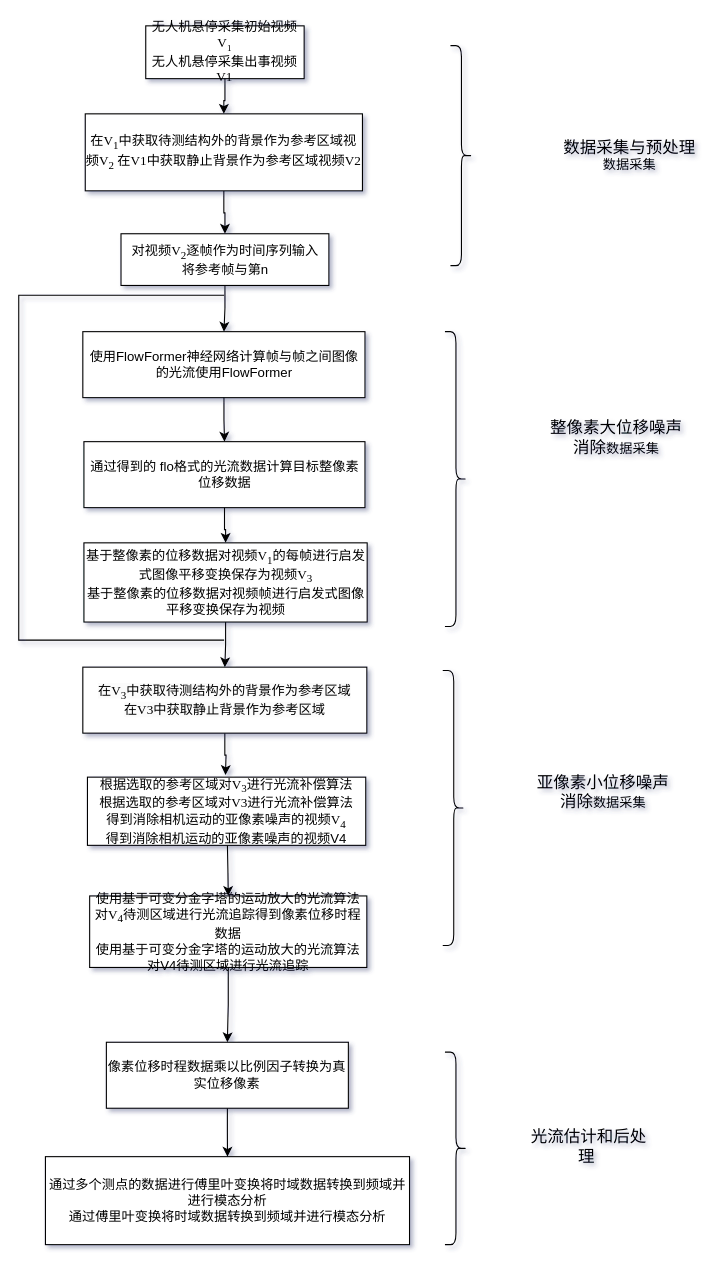
This is page "Page-1" (1 of 3) of 专利流程图.drawio from ZWJ5656588/uml, a draw.io file, before an edit. Source tidied: cells renumbered, new cells numbered last; positions are measured from the earlier drawing's top-left corner, leaving out a move shared by most shapes. Both pictures are drawn from the tidied source at 110%, with x=0, y=0 at pixel (-52, 25).
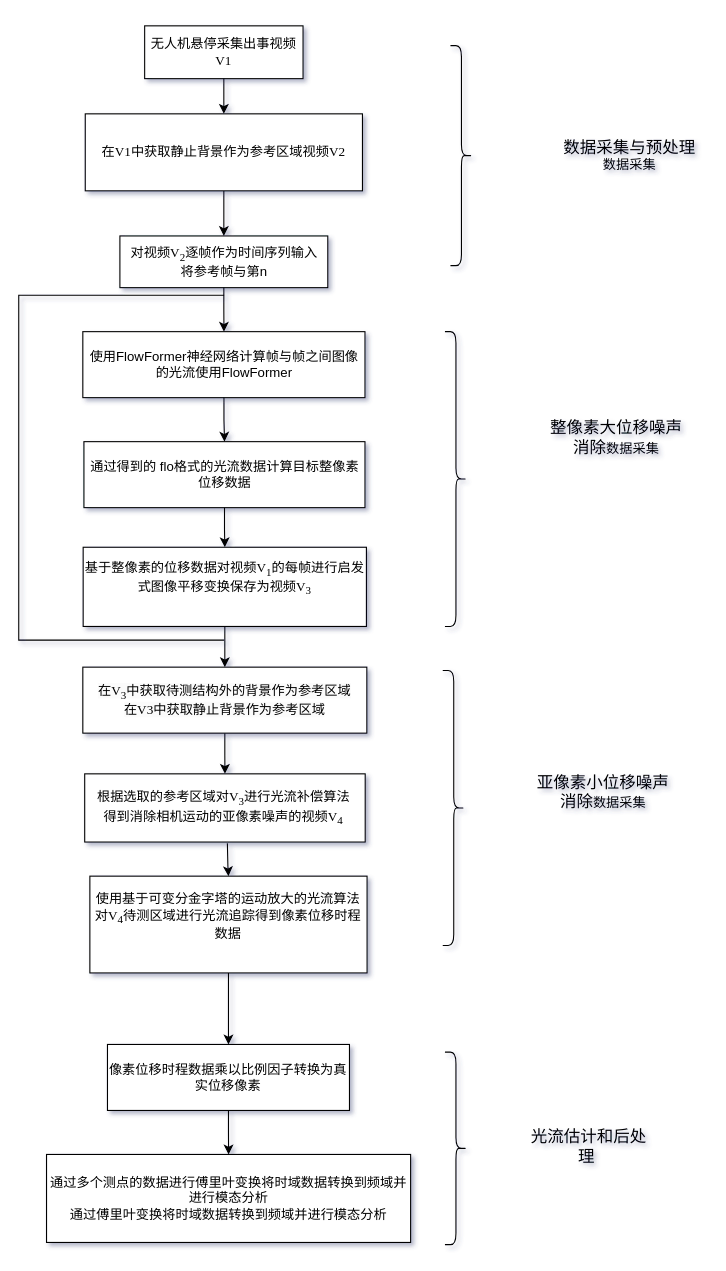
The same diagram, later.

Commit message:
Update 专利流程图.drawio

The change refers to these unchanged cells:
```xml
<mxCell id="17" value="&lt;br&gt;&lt;span style=&quot;color: rgb(0, 0, 0); font-family: &amp;quot;Times New Roman&amp;quot;; font-size: 12px; font-style: normal; font-variant-ligatures: normal; font-variant-caps: normal; font-weight: 400; letter-spacing: normal; orphans: 2; text-align: center; text-indent: 0px; text-transform: none; widows: 2; word-spacing: 0px; -webkit-text-stroke-width: 0px; white-space: normal; background-color: rgb(251, 251, 251); text-decoration-thickness: initial; text-decoration-style: initial; text-decoration-color: initial; display: inline !important; float: none;&quot;&gt;在V&lt;sub&gt;3&lt;/sub&gt;中获取待测结构外的背景作为参考区域&lt;font class=&quot;__Cici__translate__ __Cici_translate_similar_text_content__&quot;&gt;&lt;font style=&quot;display: none;&quot; class=&quot;__Cici_translate_origin_node__&quot;&gt;在V&lt;sub&gt;3&lt;/sub&gt;中获取静止背景作为参考区域&lt;/font&gt;&lt;font style=&quot;display: inline-block;&quot; class=&quot;__Cici_translate_translated_inject_node__&quot;&gt;&lt;span&gt;在V3中获取静止背景作为参考区域&lt;/span&gt;&lt;/font&gt;&lt;/font&gt;&lt;/span&gt;&lt;div&gt;&lt;br&gt;&lt;/div&gt;" style="rounded=0;whiteSpace=wrap;html=1;" parent="1" vertex="1">
  <mxGeometry x="121.8" y="583" width="258.2" height="60" as="geometry" />
</mxCell>
```

The edit, as a diff of the source:
```diff
@@
     <mxCell id="2" value="通过多个测点的数据进行傅里叶变换将时域数据转换到频域并进行模态分析&lt;font class=&quot;__Cici__translate__ __Cici_translate_similar_text_content__&quot;&gt;&lt;font style=&quot;display: none;&quot; class=&quot;__Cici_translate_origin_node__&quot;&gt;通过傅里叶变换将时域数据转换到频域并进行模态分析&lt;/font&gt;&lt;font style=&quot;display: block;&quot; class=&quot;__Cici_translate_translated_inject_node__ __Cici_translate_need_wrapper__&quot;&gt;&lt;span&gt;通过傅里叶变换将时域数据转换到频域并进行模态分析&lt;/span&gt;&lt;/font&gt;&lt;/font&gt;" style="rounded=0;whiteSpace=wrap;html=1;" parent="1" vertex="1">
-      <mxGeometry x="87.8" y="1028" width="331" height="80" as="geometry" />
+      <mxGeometry x="88.8" y="1026" width="331" height="80" as="geometry" />
     </mxCell>
@@
-    <mxCell id="4" value="&lt;font face=&quot;Times New Roman&quot;&gt;无人机悬停采集初始视频V&lt;span style=&quot;font-size: 10px;&quot;&gt;&lt;sub&gt;1&lt;/sub&gt;&lt;/span&gt;&lt;font class=&quot;__Cici__translate__ __Cici_translate_similar_text_content__&quot;&gt;&lt;font style=&quot;display: none;&quot; class=&quot;__Cici_translate_origin_node__&quot;&gt;无人机悬停采集出事视频V&lt;span style=&quot;font-size: 10px;&quot;&gt;&lt;sub&gt;1&lt;/sub&gt;&lt;/span&gt;&lt;/font&gt; &lt;font style=&quot;display: inline-block;&quot; class=&quot;__Cici_translate_translated_inject_node__&quot;&gt;&lt;span&gt;无人机悬停采集出事视频V1&lt;/span&gt;&lt;/font&gt;&lt;/font&gt;&lt;/font&gt;" style="rounded=0;whiteSpace=wrap;html=1;" parent="1" vertex="1">
-      <mxGeometry x="179" width="144" height="48" as="geometry" />
+    <mxCell id="4" value="&lt;font face=&quot;Times New Roman&quot;&gt;&lt;font class=&quot;__Cici__translate__ __Cici_translate_similar_text_content__&quot;&gt;&lt;font style=&quot;display: inline-block;&quot; class=&quot;__Cici_translate_translated_inject_node__&quot;&gt;&lt;span&gt;无人机悬停采集出事视频V1&lt;/span&gt;&lt;/font&gt;&lt;/font&gt;&lt;/font&gt;" style="rounded=0;whiteSpace=wrap;html=1;" parent="1" vertex="1">
+      <mxGeometry x="178" width="144" height="48" as="geometry" />
     </mxCell>
@@
-    <mxCell id="6" value="&lt;font face=&quot;Times New Roman&quot;&gt;在V&lt;sub&gt;1&lt;/sub&gt;中获取待测结构外的背景作为参考区域视频V&lt;sub&gt;2&lt;/sub&gt;&lt;font class=&quot;__Cici__translate__ __Cici_translate_similar_text_content__&quot;&gt;&lt;font style=&quot;display: none;&quot; class=&quot;__Cici_translate_origin_node__&quot;&gt;在V&lt;sub&gt;1&lt;/sub&gt;中获取静止背景作为参考区域视频V&lt;sub&gt;2&lt;/sub&gt;&lt;/font&gt; &lt;font style=&quot;display: inline-block;&quot; class=&quot;__Cici_translate_translated_inject_node__&quot;&gt;&lt;span&gt;在V1中获取静止背景作为参考区域视频V2&lt;/span&gt;&lt;/font&gt;&lt;/font&gt;&lt;/font&gt;" style="rounded=0;whiteSpace=wrap;html=1;" parent="1" vertex="1">
+    <mxCell id="6" value="&lt;font face=&quot;Times New Roman&quot;&gt;&lt;font class=&quot;__Cici__translate__ __Cici_translate_similar_text_content__&quot;&gt;&lt;font style=&quot;display: inline-block;&quot; class=&quot;__Cici_translate_translated_inject_node__&quot;&gt;&lt;span&gt;在V1中获取静止背景作为参考区域视频V2&lt;/span&gt;&lt;/font&gt;&lt;/font&gt;&lt;/font&gt;" style="rounded=0;whiteSpace=wrap;html=1;" parent="1" vertex="1">
       <mxGeometry x="124" y="80" width="252" height="70" as="geometry" />
     </mxCell>
@@
     <mxCell id="8" value="&lt;font face=&quot;Times New Roman&quot;&gt;对视频V&lt;sub&gt;2&lt;/sub&gt;逐帧作为时间序列输入&lt;/font&gt;&lt;font class=&quot;__Cici__translate__ __Cici_translate_similar_text_content__&quot;&gt;&lt;font style=&quot;display: none;&quot; class=&quot;__Cici_translate_origin_node__&quot;&gt;将参考帧与第n&lt;/font&gt;&lt;font style=&quot;display: inline-block;&quot; class=&quot;__Cici_translate_translated_inject_node__&quot;&gt;&lt;span&gt;将参考帧与第n&lt;/span&gt;&lt;/font&gt;&lt;/font&gt;" style="rounded=0;whiteSpace=wrap;html=1;" parent="1" vertex="1">
-      <mxGeometry x="156.5" y="189" width="189" height="47" as="geometry" />
+      <mxGeometry x="155.5" y="191" width="189" height="47" as="geometry" />
     </mxCell>
@@
-    <mxCell id="14" value="&lt;font face=&quot;Times New Roman&quot;&gt;基于整像素的位移数据对视频V&lt;sub&gt;1&lt;/sub&gt;的每帧进行启发式图像平移变换保存为视频V&lt;sub&gt;3&lt;/sub&gt;&lt;/font&gt;&lt;font class=&quot;__Cici__translate__ __Cici_translate_similar_text_content__&quot;&gt;&lt;font style=&quot;display: none;&quot; class=&quot;__Cici_translate_origin_node__&quot;&gt;基于整像素的位移数据对视频帧进行启发式图像平移变换保存为视频&lt;/font&gt;&lt;font style=&quot;display: block;&quot; class=&quot;__Cici_translate_translated_inject_node__ __Cici_translate_need_wrapper__&quot;&gt;&lt;span&gt;基于整像素的位移数据对视频帧进行启发式图像平移变换保存为视频&lt;/span&gt;&lt;/font&gt;&lt;/font&gt;" style="rounded=0;whiteSpace=wrap;html=1;" parent="1" vertex="1">
-      <mxGeometry x="122.8" y="470" width="257.5" height="72" as="geometry" />
+    <mxCell id="14" value="&lt;font face=&quot;Times New Roman&quot;&gt;基于整像素的位移数据对视频V&lt;sub&gt;1&lt;/sub&gt;的每帧进行启发式图像平移变换保存为视频V&lt;sub&gt;3&lt;/sub&gt;&lt;/font&gt;&lt;font class=&quot;__Cici__translate__ __Cici_translate_similar_text_content__&quot;&gt;&lt;font style=&quot;display: none;&quot; class=&quot;__Cici_translate_origin_node__&quot;&gt;基于整像素的位移数据对视频帧进行启发式图像平移变换保存为视频&lt;/font&gt;&lt;font style=&quot;display: block;&quot; class=&quot;__Cici_translate_translated_inject_node__ __Cici_translate_need_wrapper__&quot;&gt;&lt;br&gt;&lt;/font&gt;&lt;/font&gt;" style="rounded=0;whiteSpace=wrap;html=1;" parent="1" vertex="1">
+      <mxGeometry x="122.1" y="474" width="257.5" height="72" as="geometry" />
     </mxCell>
@@
-    <mxCell id="16" style="edgeStyle=orthogonalEdgeStyle;rounded=0;jettySize=auto;html=1;" parent="1" edge="1" source="17">
-      <mxGeometry relative="1" as="geometry">
-        <mxPoint x="251.5" y="681" as="targetPoint" />
-      </mxGeometry>
-    </mxCell>
+    <mxCell id="32" style="edgeStyle=orthogonalEdgeStyle;rounded=0;jettySize=auto;html=1;" parent="1" edge="1" source="17" target="31">
+      <mxGeometry relative="1" as="geometry" />
+    </mxCell>
@@
-    <mxCell id="19" value="&lt;font face=&quot;Times New Roman&quot;&gt;使用基于&lt;font style=&quot;background-color: initial;&quot;&gt;可变分金字塔的运动放大的光流算法对V&lt;sub&gt;4&lt;/sub&gt;待测区域进行光流追&lt;/font&gt;&lt;/font&gt;&lt;span style=&quot;background-color: initial;&quot;&gt;&lt;font face=&quot;rweN1SNauHQMGd4krrAq&quot;&gt;踪得到像素位移时程数&lt;/font&gt;据&lt;/span&gt;&lt;font class=&quot;__Cici__translate__ __Cici_translate_similar_text_content__&quot;&gt;&lt;font style=&quot;display: none;&quot; class=&quot;__Cici_translate_origin_node__&quot;&gt;&lt;font face=&quot;Times New Roman&quot;&gt;使用基于&lt;/font&gt;&lt;font style=&quot;background-color: initial;&quot; face=&quot;M3rHPRTttsDQLHMKlIXt&quot;&gt;可变分金字塔的运动放大的光流算法对V4待测区域进行光流追&lt;/font&gt;&lt;span style=&quot;background-color: initial;&quot;&gt;踪&lt;/span&gt;&lt;/font&gt;&lt;font style=&quot;display: block;&quot; class=&quot;__Cici_translate_translated_inject_node__ __Cici_translate_need_wrapper__&quot;&gt;&lt;span&gt;使用基于可变分金字塔的运动放大的光流算法对V4待测区域进行光流追踪&lt;/span&gt;&lt;/font&gt;&lt;/font&gt;" style="rounded=0;whiteSpace=wrap;html=1;" parent="1" vertex="1">
-      <mxGeometry x="128" y="791" width="252" height="65" as="geometry" />
+    <mxCell id="19" value="&lt;font face=&quot;Times New Roman&quot;&gt;使用基于&lt;font style=&quot;background-color: initial;&quot;&gt;可变分金字塔的运动放大的光流算法对V&lt;sub&gt;4&lt;/sub&gt;待测区域进行光流追&lt;/font&gt;&lt;/font&gt;&lt;span style=&quot;background-color: initial;&quot;&gt;&lt;font face=&quot;rweN1SNauHQMGd4krrAq&quot;&gt;踪得到像素位移时程数&lt;/font&gt;据&lt;/span&gt;&lt;font class=&quot;__Cici__translate__ __Cici_translate_similar_text_content__&quot;&gt;&lt;font style=&quot;display: none;&quot; class=&quot;__Cici_translate_origin_node__&quot;&gt;&lt;font face=&quot;Times New Roman&quot;&gt;使用基于&lt;/font&gt;&lt;font style=&quot;background-color: initial;&quot; face=&quot;M3rHPRTttsDQLHMKlIXt&quot;&gt;可变分金字塔的运动放大的光流算法对V4待测区域进行光流追&lt;/font&gt;&lt;span style=&quot;background-color: initial;&quot;&gt;踪&lt;/span&gt;&lt;/font&gt;&lt;font style=&quot;display: block;&quot; class=&quot;__Cici_translate_translated_inject_node__ __Cici_translate_need_wrapper__&quot;&gt;&lt;br&gt;&lt;/font&gt;&lt;/font&gt;" style="rounded=0;whiteSpace=wrap;html=1;align=center;" parent="1" vertex="1">
+      <mxGeometry x="128.2" y="773" width="252" height="88" as="geometry" />
     </mxCell>
@@
     <mxCell id="21" value="像素位移时程数据乘以比例因子转换为真实位移&lt;font class=&quot;__Cici__translate__ __Cici_translate_similar_text_content__&quot;&gt;&lt;font style=&quot;display: none;&quot; class=&quot;__Cici_translate_origin_node__&quot;&gt;像素&lt;/font&gt;&lt;font style=&quot;display: inline-block;&quot; class=&quot;__Cici_translate_translated_inject_node__&quot;&gt;&lt;span&gt;像素&lt;/span&gt;&lt;/font&gt;&lt;/font&gt;" style="rounded=0;whiteSpace=wrap;html=1;" parent="1" vertex="1">
-      <mxGeometry x="143.2" y="924" width="220" height="60" as="geometry" />
+      <mxGeometry x="144.2" y="926" width="220" height="60" as="geometry" />
     </mxCell>
@@
-    <mxCell id="31" value="&lt;font face=&quot;Times New Roman&quot;&gt;根据选取的参考区域对V&lt;sub style=&quot;&quot;&gt;3&lt;/sub&gt;进行光流补偿算法&lt;font class=&quot;__Cici__translate__ __Cici_translate_similar_text_content__&quot;&gt;&lt;font style=&quot;display: none;&quot; class=&quot;__Cici_translate_origin_node__&quot;&gt;根据选取的参考区域对V&lt;sub style=&quot;&quot;&gt;3&lt;/sub&gt;进行光流补偿算法&lt;/font&gt; &lt;font style=&quot;display: inline-block;&quot; class=&quot;__Cici_translate_translated_inject_node__&quot;&gt;&lt;span&gt;根据选取的参考区域对V3进行光流补偿算法&lt;/span&gt;&lt;/font&gt;&lt;/font&gt;&lt;/font&gt;&lt;div&gt;&lt;font face=&quot;cYyLVqvPSQjDSF9pOBt-&quot;&gt;得到消除相机运动的亚像素噪声的视频&lt;/font&gt;&lt;font face=&quot;Times New Roman&quot;&gt;V&lt;sub style=&quot;&quot;&gt;4&lt;/sub&gt;&lt;/font&gt;&lt;font class=&quot;__Cici__translate__ __Cici_translate_similar_text_content__&quot;&gt;&lt;font style=&quot;display: none;&quot; class=&quot;__Cici_translate_origin_node__&quot;&gt;&lt;font face=&quot;cYyLVqvPSQjDSF9pOBt-&quot;&gt;得到消除相机运动的亚像素噪声的视频&lt;/font&gt;&lt;font face=&quot;Times New Roman&quot;&gt;V&lt;sub style=&quot;&quot;&gt;4&lt;/sub&gt;&lt;/font&gt;&lt;/font&gt; &lt;font style=&quot;display: inline-block;&quot; class=&quot;__Cici_translate_translated_inject_node__&quot;&gt;&lt;span&gt;得到消除相机运动的亚像素噪声的视频V4&lt;/span&gt;&lt;/font&gt;&lt;/font&gt;&lt;/div&gt;" style="rounded=0;whiteSpace=wrap;html=1;" parent="1" vertex="1">
-      <mxGeometry x="126" y="683" width="253" height="62" as="geometry" />
+    <mxCell id="31" value="&lt;font face=&quot;Times New Roman&quot;&gt;根据选取的参考区域对V&lt;sub style=&quot;&quot;&gt;3&lt;/sub&gt;进行光流补偿算法&lt;font class=&quot;__Cici__translate__ __Cici_translate_similar_text_content__&quot;&gt;&lt;font style=&quot;display: none;&quot; class=&quot;__Cici_translate_origin_node__&quot;&gt;根据选取的参考区域对V&lt;sub style=&quot;&quot;&gt;3&lt;/sub&gt;进行光流补偿算法&lt;/font&gt;&amp;nbsp;&lt;/font&gt;&lt;/font&gt;&lt;div&gt;&lt;font face=&quot;cYyLVqvPSQjDSF9pOBt-&quot;&gt;得到消除相机运动的亚像素噪声的视频&lt;/font&gt;&lt;font face=&quot;Times New Roman&quot;&gt;V&lt;sub style=&quot;&quot;&gt;4&lt;/sub&gt;&lt;/font&gt;&lt;font class=&quot;__Cici__translate__ __Cici_translate_similar_text_content__&quot;&gt;&lt;font style=&quot;display: none;&quot; class=&quot;__Cici_translate_origin_node__&quot;&gt;&lt;font face=&quot;cYyLVqvPSQjDSF9pOBt-&quot;&gt;得到消除相机运动的亚像素噪声的视频&lt;/font&gt;&lt;font face=&quot;Times New Roman&quot;&gt;V&lt;sub style=&quot;&quot;&gt;4&lt;/sub&gt;&lt;/font&gt;&lt;/font&gt;&amp;nbsp;&lt;/font&gt;&lt;/div&gt;" style="rounded=0;whiteSpace=wrap;html=1;" parent="1" vertex="1">
+      <mxGeometry x="123.5" y="680" width="255" height="62" as="geometry" />
     </mxCell>
```
